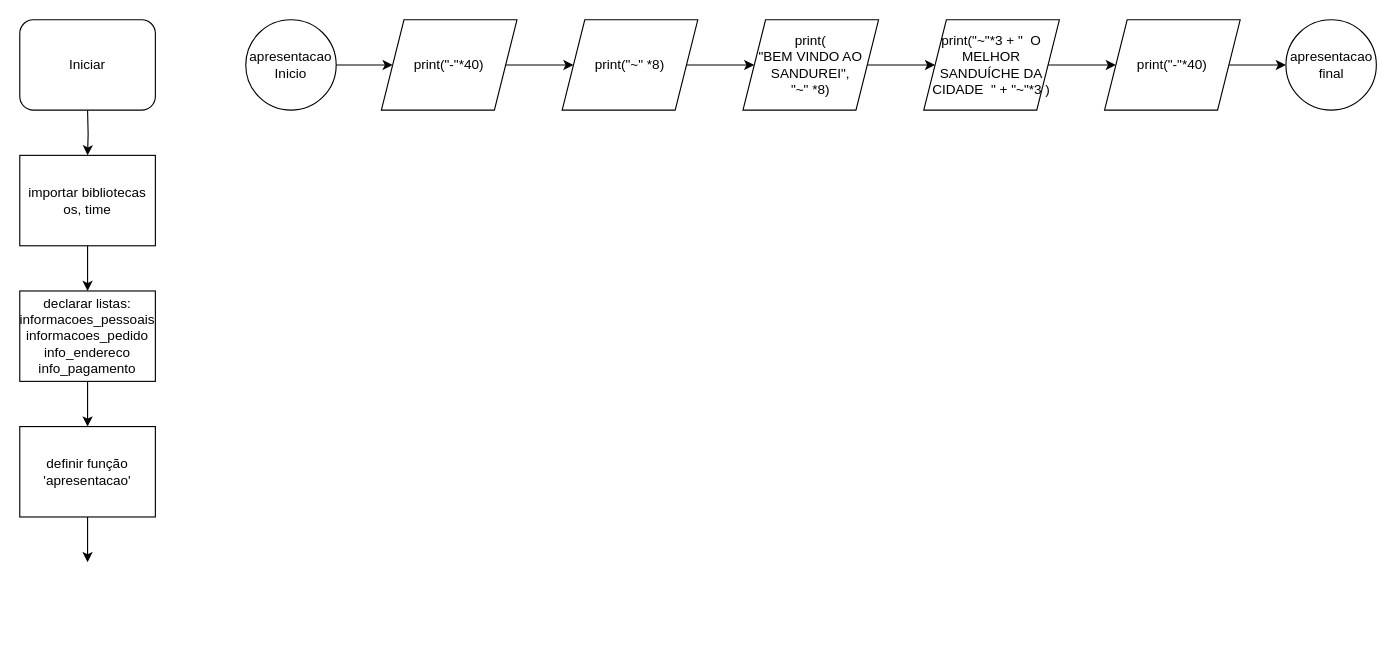
The draw.io diagram Projeto 1/fluxo.drawio in alsantosad/SENAC_RESILIA_ANALISE_DE_DADOS, before the edit. Source tidied: cells renumbered, new cells numbered last; positions are measured from the earlier drawing's top-left corner, leaving out a move shared by most shapes. Both pictures are drawn from the tidied source at 113%, with x=0, y=0 at pixel (19, 19).
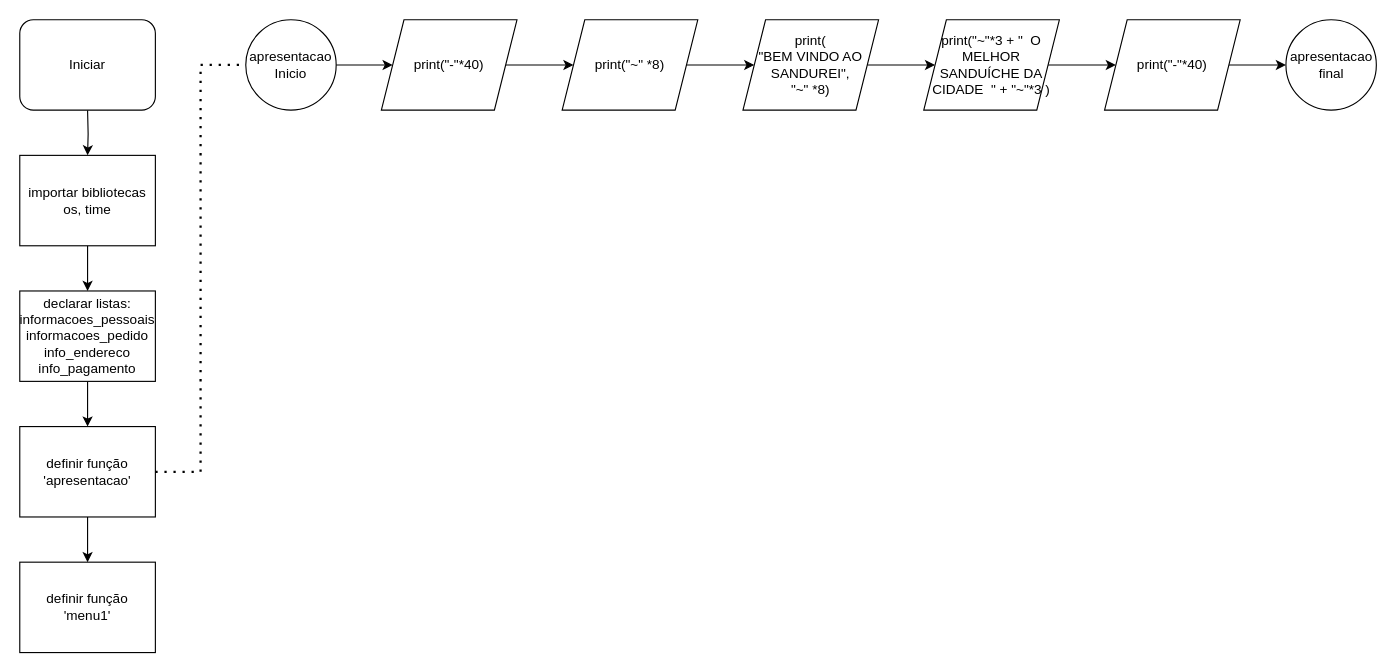
Above is the later version.

The change refers to these unchanged cells:
```xml
<mxCell id="9" value="&lt;div&gt;definir função&lt;/div&gt;&lt;div&gt;'apresentacao'&lt;br&gt;&lt;/div&gt;" style="rounded=0;whiteSpace=wrap;html=1;" parent="1" vertex="1">
  <mxGeometry y="360" width="120" height="80" as="geometry" />
</mxCell>
<mxCell id="11" value="&lt;div&gt;apresentacao&lt;/div&gt;&lt;div&gt;Inicio&lt;/div&gt;" style="ellipse;whiteSpace=wrap;html=1;" parent="1" vertex="1">
  <mxGeometry x="200" width="80" height="80" as="geometry" />
</mxCell>
```

Diff of the diagram source:
```diff
@@
+    <mxCell id="23" style="endArrow=none;dashed=1;html=1;dashPattern=1 3;strokeWidth=2;rounded=0;exitX=1;exitY=0.5;exitDx=0;exitDy=0;entryX=0;entryY=0.5;entryDx=0;entryDy=0;" parent="1" edge="1" source="9" target="11">
+      <mxGeometry relative="1" as="geometry">
+        <Array as="points">
+          <mxPoint x="160" y="400" />
+          <mxPoint x="160" y="40" />
+        </Array>
+      </mxGeometry>
+    </mxCell>
+    <mxCell id="24" value="&lt;div&gt;definir função&lt;/div&gt;&lt;div&gt;'menu1'&lt;br&gt;&lt;/div&gt;" style="rounded=0;whiteSpace=wrap;html=1;" parent="1" vertex="1">
+      <mxGeometry y="480" width="120" height="80" as="geometry" />
+    </mxCell>
```
